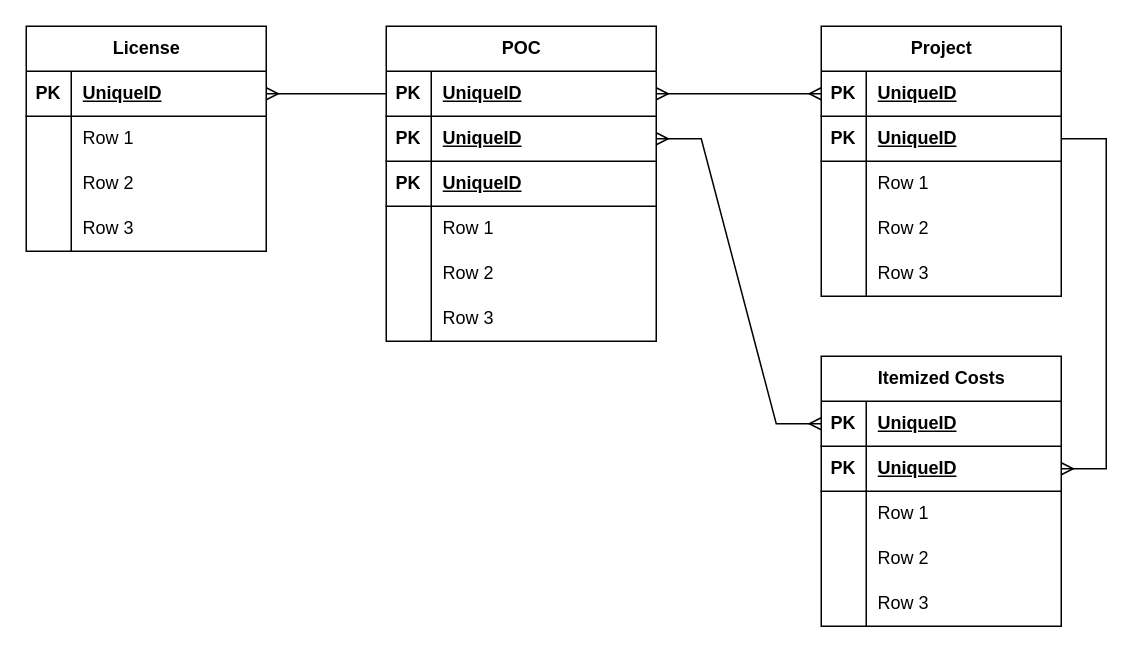
Above: page "Page-1" (1 of 2) of erd-projint-01.drawio in josjreyes/GitInit (draw.io), before the change. Source tidied: cells renumbered, new cells numbered last; positions are measured from the earlier drawing's top-left corner, leaving out a move shared by most shapes. Both pictures are drawn from the tidied source at 150%, with x=0, y=0 at pixel (26, 26).
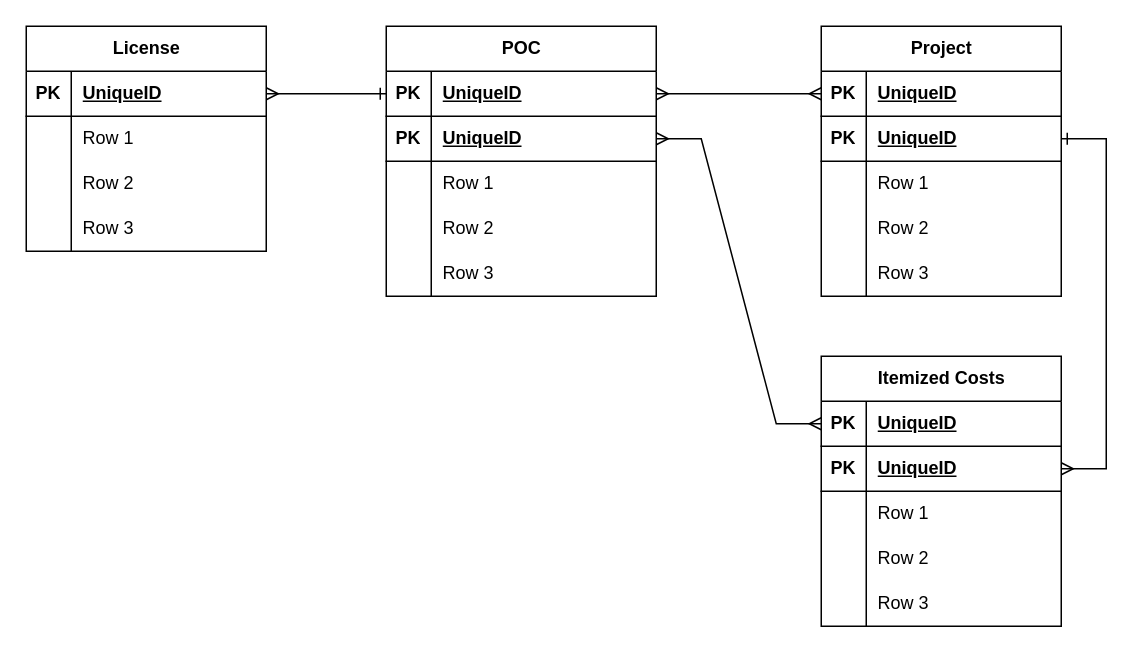
After the change.

Commit message:
Update: option two added

Unchanged cells that the change refers to:
```xml
<mxCell id="6" style="shape=tableRow;horizontal=0;startSize=0;swimlaneHead=0;swimlaneBody=0;fillColor=none;points=[[0,0.5],[1,0.5]];portConstraint=eastwest;top=0;left=0;right=0;bottom=1;" parent="2" vertex="1">
  <mxGeometry y="60" width="160" height="30" as="geometry" />
</mxCell>
<mxCell id="20" style="shape=tableRow;horizontal=0;startSize=0;swimlaneHead=0;swimlaneBody=0;fillColor=none;points=[[0,0.5],[1,0.5]];portConstraint=eastwest;top=0;left=0;right=0;bottom=1;" parent="19" vertex="1">
  <mxGeometry y="30" width="160" height="30" as="geometry" />
</mxCell>
<mxCell id="37" style="shape=tableRow;horizontal=0;startSize=0;swimlaneHead=0;swimlaneBody=0;fillColor=none;points=[[0,0.5],[1,0.5]];portConstraint=eastwest;top=0;left=0;right=0;bottom=1;" parent="33" vertex="1">
  <mxGeometry y="60" width="160" height="30" as="geometry" />
</mxCell>
<mxCell id="50" style="shape=tableRow;horizontal=0;startSize=0;swimlaneHead=0;swimlaneBody=0;fillColor=none;points=[[0,0.5],[1,0.5]];portConstraint=eastwest;top=0;left=0;right=0;bottom=1;" parent="49" vertex="1">
  <mxGeometry y="30" width="180" height="30" as="geometry" />
</mxCell>
```

Diff of the diagram source:
```diff
@@
-    <mxCell id="32" style="edgeStyle=entityRelationEdgeStyle;fontSize=12;html=1;endArrow=none;startArrow=ERmany;rounded=0;exitX=1;exitY=0.5;exitDx=0;exitDy=0;startFill=0;entryX=0;entryY=0.5;entryDx=0;entryDy=0;" parent="1" edge="1" source="20" target="50">
+    <mxCell id="32" style="edgeStyle=entityRelationEdgeStyle;fontSize=12;html=1;endArrow=ERone;startArrow=ERmany;rounded=0;exitX=1;exitY=0.5;exitDx=0;exitDy=0;startFill=0;entryX=0;entryY=0.5;entryDx=0;entryDy=0;endFill=0;" parent="1" edge="1" source="20" target="50">
       <mxGeometry relative="1" as="geometry">
         <Array as="points">
           <mxPoint x="279.9" y="490" />
           <mxPoint x="269.9" y="490" />
         </Array>
       </mxGeometry>
     </mxCell>
@@
     <mxCell id="49" value="POC" style="shape=table;startSize=30;childLayout=tableLayout;rowLines=0;fontStyle=1;align=center;html=1;" parent="1" vertex="1">
-      <mxGeometry x="240" width="180" height="210" as="geometry" />
+      <mxGeometry x="240" width="180" height="180" as="geometry" />
     </mxCell>
@@
-    <mxCell id="56" style="shape=tableRow;horizontal=0;startSize=0;swimlaneHead=0;swimlaneBody=0;fillColor=none;top=0;left=0;right=0;bottom=1;" parent="49" vertex="1">
-      <mxGeometry y="90" width="180" height="30" as="geometry" />
-    </mxCell>
-    <mxCell id="57" value="PK" style="shape=partialRectangle;fillColor=none;top=0;left=0;bottom=0;right=0;fontStyle=1;overflow=hidden;whiteSpace=wrap;html=1;" parent="56" vertex="1">
-      <mxGeometry width="30" height="30" as="geometry" />
-    </mxCell>
-    <mxCell id="58" value="UniqueID" style="shape=partialRectangle;fillColor=none;top=0;left=0;bottom=0;right=0;align=left;spacingLeft=6;fontStyle=5;overflow=hidden;whiteSpace=wrap;html=1;" parent="56" vertex="1">
-      <mxGeometry x="30" width="150" height="30" as="geometry" />
-    </mxCell>
     <mxCell id="59" style="shape=tableRow;horizontal=0;startSize=0;swimlaneHead=0;swimlaneBody=0;fillColor=none;top=0;left=0;right=0;bottom=0;" parent="49" vertex="1">
-      <mxGeometry y="120" width="180" height="30" as="geometry" />
+      <mxGeometry y="90" width="180" height="30" as="geometry" />
     </mxCell>
@@
     <mxCell id="62" style="shape=tableRow;horizontal=0;startSize=0;swimlaneHead=0;swimlaneBody=0;fillColor=none;top=0;left=0;right=0;bottom=0;" parent="49" vertex="1">
-      <mxGeometry y="150" width="180" height="30" as="geometry" />
+      <mxGeometry y="120" width="180" height="30" as="geometry" />
     </mxCell>
@@
     <mxCell id="65" style="shape=tableRow;horizontal=0;startSize=0;swimlaneHead=0;swimlaneBody=0;fillColor=none;top=0;left=0;right=0;bottom=0;" parent="49" vertex="1">
-      <mxGeometry y="180" width="180" height="30" as="geometry" />
+      <mxGeometry y="150" width="180" height="30" as="geometry" />
     </mxCell>
@@
-    <mxCell id="68" style="edgeStyle=entityRelationEdgeStyle;fontSize=12;html=1;endArrow=none;startArrow=ERmany;rounded=0;entryX=1;entryY=0.5;entryDx=0;entryDy=0;startFill=0;" parent="1" edge="1" source="37" target="6">
+    <mxCell id="68" style="edgeStyle=entityRelationEdgeStyle;fontSize=12;html=1;endArrow=ERone;startArrow=ERmany;rounded=0;entryX=1;entryY=0.5;entryDx=0;entryDy=0;startFill=0;endFill=0;" parent="1" edge="1" source="37" target="6">
       <mxGeometry relative="1" as="geometry">
         <Array as="points">
           <mxPoint x="639.9" y="775" />
           <mxPoint x="390" y="270" />
           <mxPoint x="629.9" y="775" />
         </Array>
       </mxGeometry>
     </mxCell>
```
